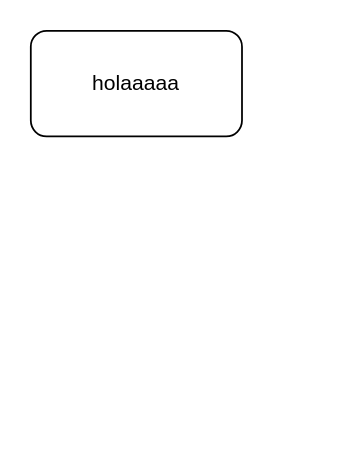
Before: prueba-github.drawio in adricatena/diagramas, a draw.io diagram. Source tidied: cells renumbered, new cells numbered last; positions are measured from the earlier drawing's top-left corner, leaving out a move shared by most shapes. Both pictures are drawn from the tidied source at 176%, with x=0, y=0 at pixel (30, 30).
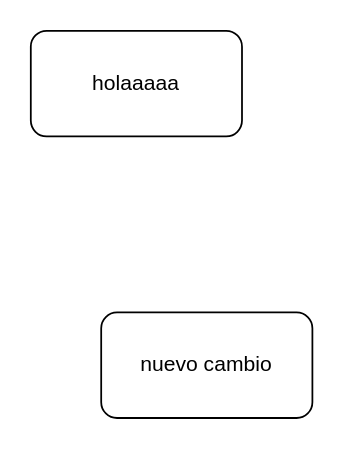
Above is the later version.

Diff of the diagram source:
```diff
@@
 <mxGraphModel>
   <root>
     <mxCell id="0" />
     <mxCell id="1" parent="0" />
     <mxCell id="2" value="holaaaaa" style="rounded=1;whiteSpace=wrap;html=1;" parent="1" vertex="1">
       <mxGeometry width="120" height="60" as="geometry" />
     </mxCell>
+    <mxCell id="3" value="nuevo cambio" style="rounded=1;whiteSpace=wrap;html=1;" parent="1" vertex="1">
+      <mxGeometry x="40" y="160" width="120" height="60" as="geometry" />
+    </mxCell>
   </root>
 </mxGraphModel>
```
